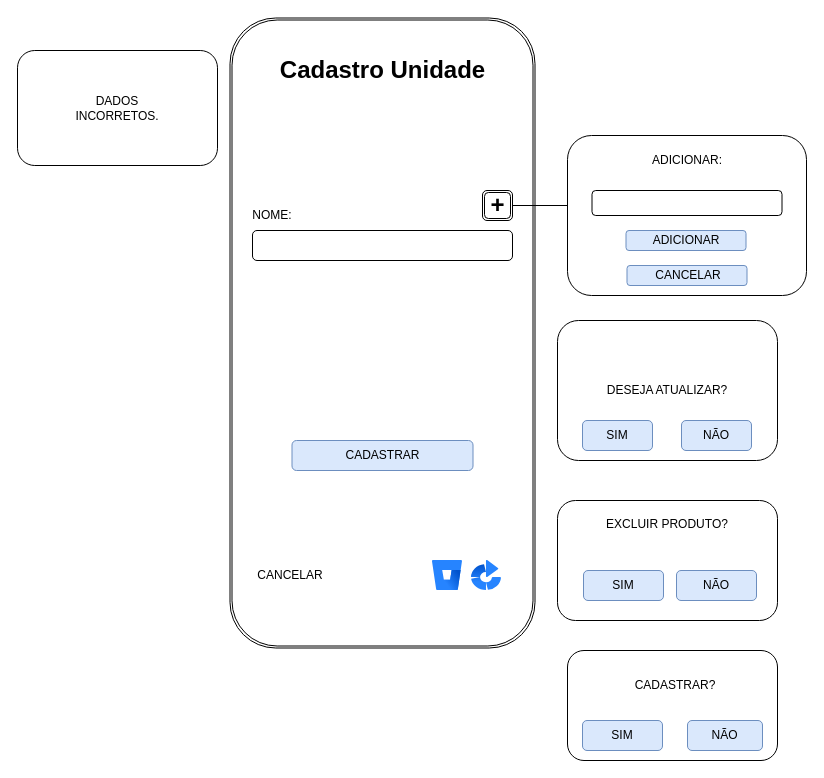
Earlier version of the draw.io diagram page "Página-6" (2 of 7) of DOC/tela.drawio (rafaelareisilva/avatar.app). Source tidied: cells renumbered, new cells numbered last; positions are measured from the earlier drawing's top-left corner, leaving out a move shared by most shapes. Both pictures are drawn from the tidied source at 100%, with x=0, y=0 at pixel (17, 50).
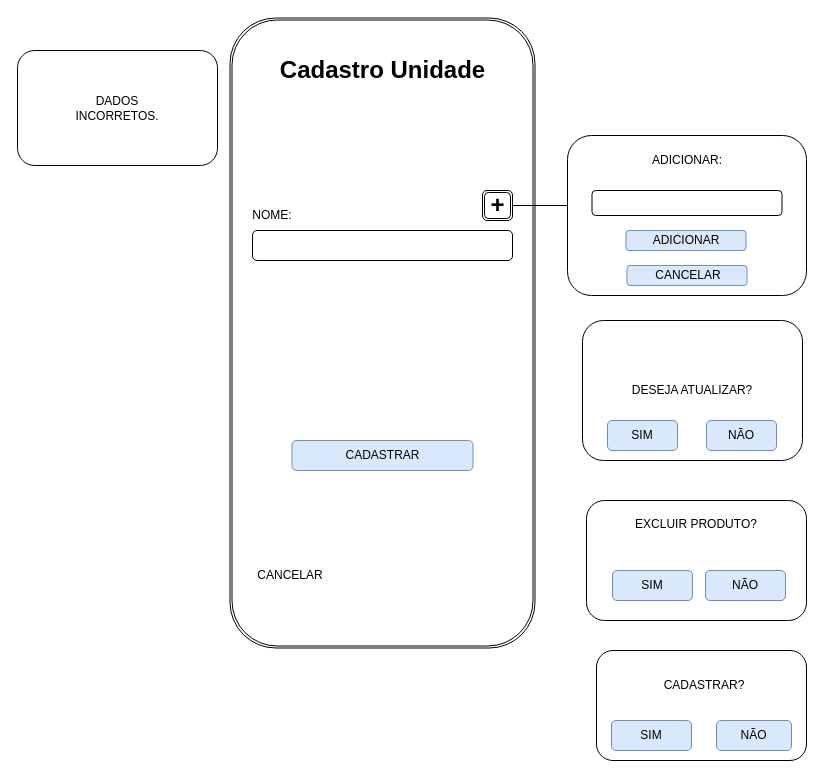
The same diagram, later.

What changed in the source:
```diff
@@
-    <mxCell id="6" style="image;html=1;image=img/lib/atlassian/Bitbucket_Logo.svg;" parent="1" vertex="1">
-      <mxGeometry x="415" y="510" width="30" height="30" as="geometry" />
-    </mxCell>
-    <mxCell id="7" style="image;html=1;image=img/lib/atlassian/Bamboo_Logo.svg;" parent="1" vertex="1">
-      <mxGeometry x="454" y="510" width="30" height="30" as="geometry" />
-    </mxCell>
@@
     <mxCell id="15" value="DESEJA ATUALIZAR?" style="rounded=1;whiteSpace=wrap;html=1;" parent="1" vertex="1">
-      <mxGeometry x="540" y="270" width="220" height="140" as="geometry" />
+      <mxGeometry x="565" y="270" width="220" height="140" as="geometry" />
     </mxCell>
     <mxCell id="16" value="SIM" style="rounded=1;whiteSpace=wrap;html=1;fillColor=#dae8fc;strokeColor=#6c8ebf;" parent="1" vertex="1">
-      <mxGeometry x="565" y="370" width="70" height="30" as="geometry" />
+      <mxGeometry x="590" y="370" width="70" height="30" as="geometry" />
     </mxCell>
     <mxCell id="17" value="NÃO" style="rounded=1;whiteSpace=wrap;html=1;fillColor=#dae8fc;strokeColor=#6c8ebf;" parent="1" vertex="1">
-      <mxGeometry x="664" y="370" width="70" height="30" as="geometry" />
+      <mxGeometry x="689" y="370" width="70" height="30" as="geometry" />
     </mxCell>
@@
     <mxCell id="25" value="EXCLUIR PRODUTO?&lt;div&gt;&lt;br&gt;&lt;/div&gt;&lt;div&gt;&lt;br&gt;&lt;/div&gt;&lt;div&gt;&lt;br&gt;&lt;/div&gt;&lt;div&gt;&lt;br&gt;&lt;/div&gt;&lt;div&gt;&lt;br&gt;&lt;/div&gt;" style="rounded=1;whiteSpace=wrap;html=1;" parent="1" vertex="1">
-      <mxGeometry x="540" y="450" width="220" height="120" as="geometry" />
+      <mxGeometry x="569" y="450" width="220" height="120" as="geometry" />
     </mxCell>
     <mxCell id="26" value="SIM" style="rounded=1;whiteSpace=wrap;html=1;fillColor=#dae8fc;strokeColor=#6c8ebf;" parent="1" vertex="1">
-      <mxGeometry x="566" y="520" width="80" height="30" as="geometry" />
+      <mxGeometry x="595" y="520" width="80" height="30" as="geometry" />
     </mxCell>
     <mxCell id="27" value="NÃO" style="rounded=1;whiteSpace=wrap;html=1;fillColor=#dae8fc;strokeColor=#6c8ebf;" parent="1" vertex="1">
-      <mxGeometry x="659" y="520" width="80" height="30" as="geometry" />
+      <mxGeometry x="688" y="520" width="80" height="30" as="geometry" />
     </mxCell>
     <mxCell id="28" style="rounded=1;whiteSpace=wrap;html=1;" parent="1" vertex="1">
-      <mxGeometry x="550" y="600" width="210" height="110" as="geometry" />
+      <mxGeometry x="579" y="600" width="210" height="110" as="geometry" />
     </mxCell>
     <mxCell id="29" value="CADASTRAR?" style="text;html=1;align=center;verticalAlign=middle;whiteSpace=wrap;rounded=0;" parent="1" vertex="1">
-      <mxGeometry x="627.5" y="620" width="60" height="30" as="geometry" />
+      <mxGeometry x="656.5" y="620" width="60" height="30" as="geometry" />
     </mxCell>
     <mxCell id="30" value="SIM" style="rounded=1;whiteSpace=wrap;html=1;fillColor=#dae8fc;strokeColor=#6c8ebf;" parent="1" vertex="1">
-      <mxGeometry x="565" y="670" width="80" height="30" as="geometry" />
+      <mxGeometry x="594" y="670" width="80" height="30" as="geometry" />
     </mxCell>
     <mxCell id="31" value="NÃO" style="rounded=1;whiteSpace=wrap;html=1;fillColor=#dae8fc;strokeColor=#6c8ebf;" parent="1" vertex="1">
-      <mxGeometry x="670" y="670" width="75" height="30" as="geometry" />
+      <mxGeometry x="699" y="670" width="75" height="30" as="geometry" />
     </mxCell>
```
